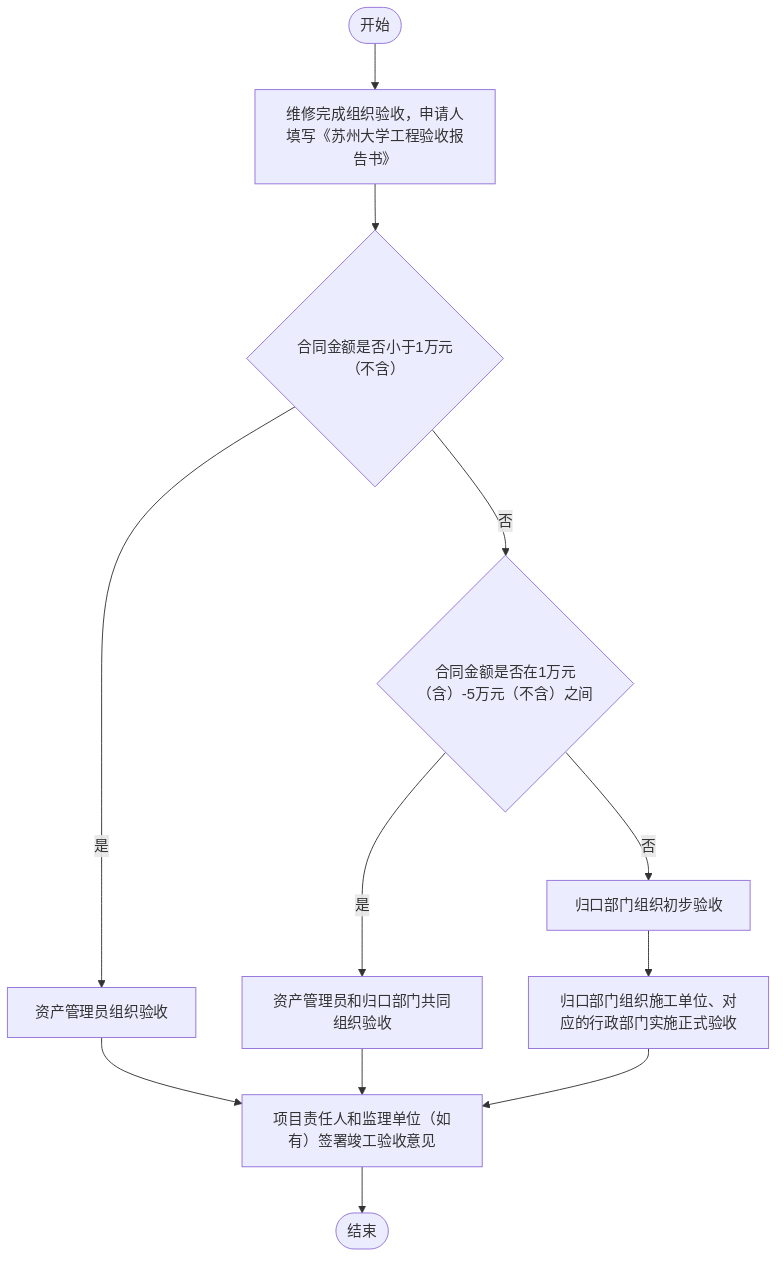
Above: outline2flow/flow_outputs/page_46.png in AmyIvan/work1 (Mermaid), before the change. Its source is kept beside it as outline2flow/mmd_outputs/page_46.mmd. Its diagram source:
```mermaid
flowchart TD
    A([开始]) --> B[维修完成组织验收，申请人填写《苏州大学工程验收报告书》]
    B --> C{合同金额是否小于1万元（不含）}
    C -- 是 --> D[资产管理员组织验收]
    C -- 否 --> E{合同金额是否在1万元（含）-5万元（不含）之间}
    E -- 是 --> F[资产管理员和归口部门共同组织验收]
    E -- 否 --> G[归口部门组织初步验收]
    G --> H[归口部门组织施工单位、对应的行政部门实施正式验收]
    D --> I[项目责任人和监理单位（如有）签署竣工验收意见]
    F --> I
    H --> I
    I --> J([结束])
```
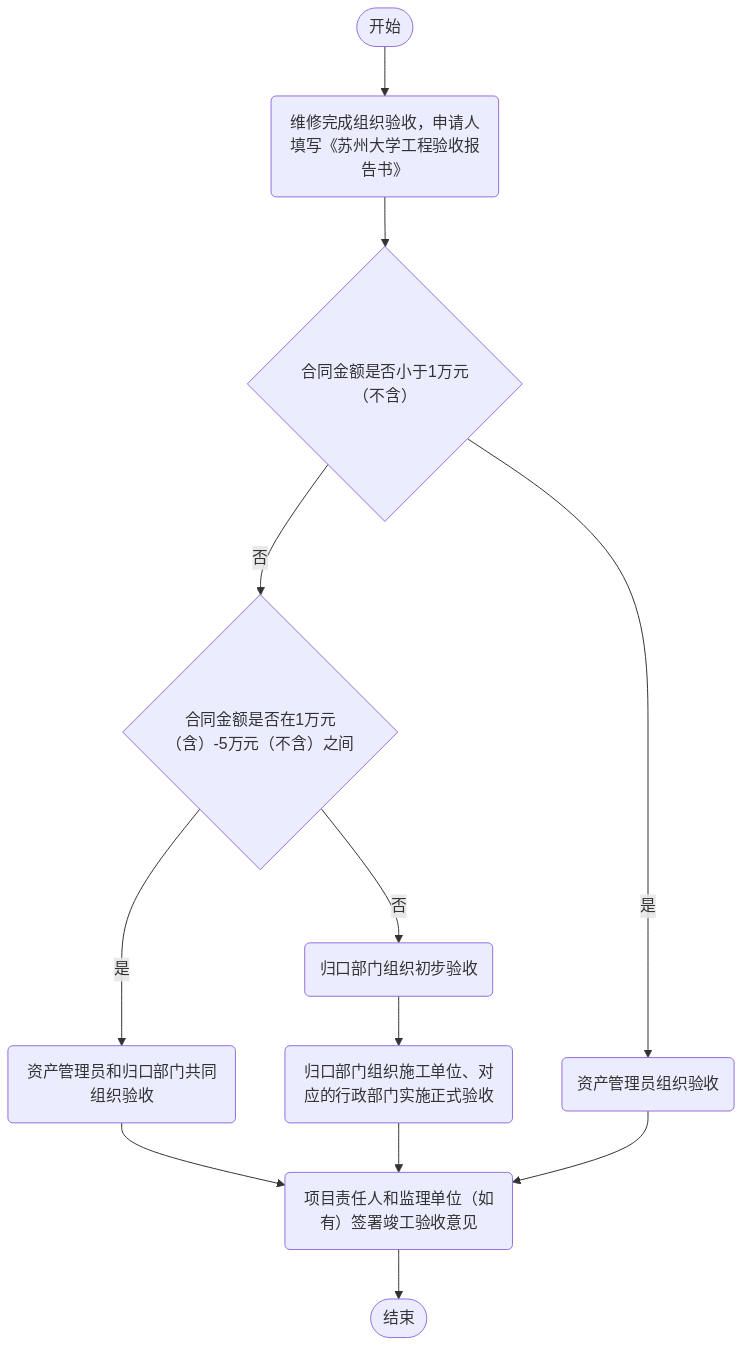
After the commit.

The edit, as a diff of the source:
```diff
@@ -1,12 +1,12 @@
 flowchart TD
-    A([开始]) --> B[维修完成组织验收，申请人填写《苏州大学工程验收报告书》]
-    B --> C{合同金额是否小于1万元（不含）}
-    C -- 是 --> D[资产管理员组织验收]
-    C -- 否 --> E{合同金额是否在1万元（含）-5万元（不含）之间}
-    E -- 是 --> F[资产管理员和归口部门共同组织验收]
-    E -- 否 --> G[归口部门组织初步验收]
-    G --> H[归口部门组织施工单位、对应的行政部门实施正式验收]
-    D --> I[项目责任人和监理单位（如有）签署竣工验收意见]
-    F --> I
-    H --> I
-    I --> J([结束])
+    Start(["开始"]) --> Node1("维修完成组织验收，申请人填写《苏州大学工程验收报告书》")
+    Node1 --> Node2{"合同金额是否小于1万元（不含）"}
+    Node2 -->|是| Node3("资产管理员组织验收")
+    Node2 -->|否| Node4{"合同金额是否在1万元（含）-5万元（不含）之间"}
+    Node4 -->|是| Node5("资产管理员和归口部门共同组织验收")
+    Node4 -->|否| Node6("归口部门组织初步验收")
+    Node6 --> Node7("归口部门组织施工单位、对应的行政部门实施正式验收")
+    Node5 --> Node8("项目责任人和监理单位（如有）签署竣工验收意见")
+    Node7 --> Node8
+    Node3 --> Node8
+    Node8 --> End(["结束"])
```
